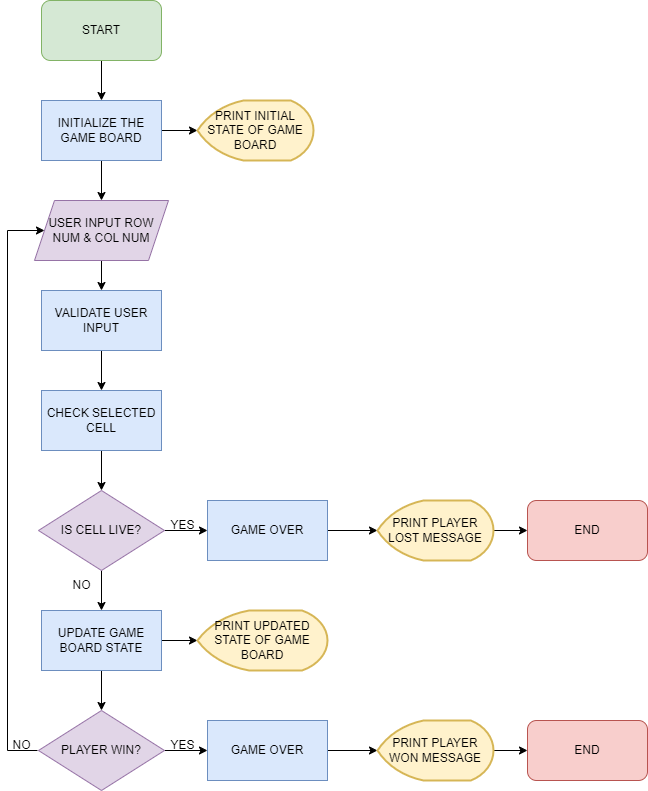
Before: Images/Milestone Flow Chart.png, a diagram exported from draw.io (JLAGCU/CST-250-Milestone). Source tidied: cells renumbered, new cells last; positions are measured from the earlier drawing's top-left corner, leaving out a move shared by most shapes. Source of this version:
```xml
<mxGraphModel>
  <root>
    <mxCell id="0" />
    <mxCell id="1" parent="0" />
    <mxCell id="2" style="edgeStyle=orthogonalEdgeStyle;rounded=0;jettySize=auto;html=1;entryX=0.5;entryY=0;entryDx=0;entryDy=0;" parent="1" edge="1" source="3" target="6">
      <mxGeometry relative="1" as="geometry" />
    </mxCell>
    <mxCell id="3" value="START" style="rounded=1;whiteSpace=wrap;html=1;fillColor=#d5e8d4;strokeColor=#82b366;" parent="1" vertex="1">
      <mxGeometry x="40" width="120" height="60" as="geometry" />
    </mxCell>
    <mxCell id="4" style="edgeStyle=orthogonalEdgeStyle;rounded=0;jettySize=auto;html=1;entryX=0;entryY=0.5;entryDx=0;entryDy=0;entryPerimeter=0;" parent="1" edge="1" source="6" target="7">
      <mxGeometry relative="1" as="geometry" />
    </mxCell>
    <mxCell id="5" style="edgeStyle=orthogonalEdgeStyle;rounded=0;jettySize=auto;html=1;entryX=0.5;entryY=0;entryDx=0;entryDy=0;" parent="1" edge="1" source="6" target="9">
      <mxGeometry relative="1" as="geometry" />
    </mxCell>
    <mxCell id="6" value="INITIALIZE THE GAME BOARD" style="rounded=0;whiteSpace=wrap;html=1;fillColor=#dae8fc;strokeColor=#6c8ebf;" parent="1" vertex="1">
      <mxGeometry x="40" y="100" width="120" height="60" as="geometry" />
    </mxCell>
    <mxCell id="7" value="PRINT INITIAL STATE OF GAME BOARD" style="strokeWidth=2;html=1;shape=mxgraph.flowchart.display;whiteSpace=wrap;fillColor=#fff2cc;strokeColor=#d6b656;" parent="1" vertex="1">
      <mxGeometry x="196" y="100" width="116" height="60" as="geometry" />
    </mxCell>
    <mxCell id="8" style="edgeStyle=orthogonalEdgeStyle;rounded=0;jettySize=auto;html=1;entryX=0.5;entryY=0;entryDx=0;entryDy=0;" parent="1" edge="1" source="9" target="11">
      <mxGeometry relative="1" as="geometry" />
    </mxCell>
    <mxCell id="9" value="USER INPUT ROW NUM &amp;amp; COL NUM" style="shape=parallelogram;perimeter=parallelogramPerimeter;whiteSpace=wrap;html=1;fixedSize=1;fillColor=#e1d5e7;strokeColor=#9673a6;" parent="1" vertex="1">
      <mxGeometry x="33" y="200" width="134" height="60" as="geometry" />
    </mxCell>
    <mxCell id="10" style="edgeStyle=orthogonalEdgeStyle;rounded=0;jettySize=auto;html=1;entryX=0.5;entryY=0;entryDx=0;entryDy=0;" parent="1" edge="1" source="11" target="13">
      <mxGeometry relative="1" as="geometry" />
    </mxCell>
    <mxCell id="11" value="VALIDATE USER INPUT" style="rounded=0;whiteSpace=wrap;html=1;fillColor=#dae8fc;strokeColor=#6c8ebf;" parent="1" vertex="1">
      <mxGeometry x="40" y="290" width="120" height="60" as="geometry" />
    </mxCell>
    <mxCell id="12" style="edgeStyle=orthogonalEdgeStyle;rounded=0;jettySize=auto;html=1;entryX=0.5;entryY=0;entryDx=0;entryDy=0;" parent="1" edge="1" source="13" target="16">
      <mxGeometry relative="1" as="geometry" />
    </mxCell>
    <mxCell id="13" value="CHECK SELECTED CELL" style="rounded=0;whiteSpace=wrap;html=1;fillColor=#dae8fc;strokeColor=#6c8ebf;" parent="1" vertex="1">
      <mxGeometry x="40" y="390" width="120" height="60" as="geometry" />
    </mxCell>
    <mxCell id="14" style="edgeStyle=orthogonalEdgeStyle;rounded=0;jettySize=auto;html=1;entryX=0;entryY=0.5;entryDx=0;entryDy=0;" parent="1" edge="1" source="16" target="18">
      <mxGeometry relative="1" as="geometry" />
    </mxCell>
    <mxCell id="15" style="edgeStyle=orthogonalEdgeStyle;rounded=0;jettySize=auto;html=1;entryX=0.5;entryY=0;entryDx=0;entryDy=0;" parent="1" edge="1" source="16" target="24">
      <mxGeometry relative="1" as="geometry" />
    </mxCell>
    <mxCell id="16" value="IS CELL LIVE?" style="rhombus;whiteSpace=wrap;html=1;fillColor=#e1d5e7;strokeColor=#9673a6;" parent="1" vertex="1">
      <mxGeometry x="37" y="490" width="126" height="80" as="geometry" />
    </mxCell>
    <mxCell id="17" style="edgeStyle=orthogonalEdgeStyle;rounded=0;jettySize=auto;html=1;entryX=0;entryY=0.5;entryDx=0;entryDy=0;entryPerimeter=0;" parent="1" edge="1" source="18" target="20">
      <mxGeometry relative="1" as="geometry" />
    </mxCell>
    <mxCell id="18" value="GAME OVER" style="rounded=0;whiteSpace=wrap;html=1;fillColor=#dae8fc;strokeColor=#6c8ebf;" parent="1" vertex="1">
      <mxGeometry x="206" y="500" width="120" height="60" as="geometry" />
    </mxCell>
    <mxCell id="19" style="edgeStyle=orthogonalEdgeStyle;rounded=0;jettySize=auto;html=1;entryX=0;entryY=0.5;entryDx=0;entryDy=0;" parent="1" edge="1" source="20" target="38">
      <mxGeometry relative="1" as="geometry" />
    </mxCell>
    <mxCell id="20" value="PRINT PLAYER LOST MESSAGE" style="strokeWidth=2;html=1;shape=mxgraph.flowchart.display;whiteSpace=wrap;fillColor=#fff2cc;strokeColor=#d6b656;" parent="1" vertex="1">
      <mxGeometry x="376" y="500" width="116" height="60" as="geometry" />
    </mxCell>
    <mxCell id="21" value="YES" style="text;html=1;align=center;verticalAlign=middle;strokeColor=none;fillColor=none;" parent="1" vertex="1">
      <mxGeometry x="156" y="510" width="50" height="30" as="geometry" />
    </mxCell>
    <mxCell id="22" style="edgeStyle=orthogonalEdgeStyle;rounded=0;jettySize=auto;html=1;entryX=0;entryY=0.5;entryDx=0;entryDy=0;entryPerimeter=0;" parent="1" edge="1" source="24" target="26">
      <mxGeometry relative="1" as="geometry" />
    </mxCell>
    <mxCell id="23" style="edgeStyle=orthogonalEdgeStyle;rounded=0;jettySize=auto;html=1;entryX=0.5;entryY=0;entryDx=0;entryDy=0;" parent="1" edge="1" source="24" target="28">
      <mxGeometry relative="1" as="geometry" />
    </mxCell>
    <mxCell id="24" value="UPDATE GAME BOARD STATE" style="rounded=0;whiteSpace=wrap;html=1;fillColor=#dae8fc;strokeColor=#6c8ebf;" parent="1" vertex="1">
      <mxGeometry x="40" y="610" width="120" height="60" as="geometry" />
    </mxCell>
    <mxCell id="25" value="NO" style="text;html=1;align=center;verticalAlign=middle;strokeColor=none;fillColor=none;" parent="1" vertex="1">
      <mxGeometry x="60" y="570" width="40" height="30" as="geometry" />
    </mxCell>
    <mxCell id="26" value="PRINT UPDATED STATE OF GAME BOARD" style="strokeWidth=2;html=1;shape=mxgraph.flowchart.display;whiteSpace=wrap;fillColor=#fff2cc;strokeColor=#d6b656;" parent="1" vertex="1">
      <mxGeometry x="196" y="610" width="130" height="60" as="geometry" />
    </mxCell>
    <mxCell id="27" style="edgeStyle=orthogonalEdgeStyle;rounded=0;jettySize=auto;html=1;entryX=0;entryY=0.5;entryDx=0;entryDy=0;" parent="1" edge="1" source="28" target="30">
      <mxGeometry relative="1" as="geometry" />
    </mxCell>
    <mxCell id="28" value="PLAYER WIN?" style="rhombus;whiteSpace=wrap;html=1;fillColor=#e1d5e7;strokeColor=#9673a6;" parent="1" vertex="1">
      <mxGeometry x="37" y="710" width="126" height="80" as="geometry" />
    </mxCell>
    <mxCell id="29" style="edgeStyle=orthogonalEdgeStyle;rounded=0;jettySize=auto;html=1;entryX=0;entryY=0.5;entryDx=0;entryDy=0;entryPerimeter=0;" parent="1" edge="1" source="30" target="32">
      <mxGeometry relative="1" as="geometry" />
    </mxCell>
    <mxCell id="30" value="GAME OVER" style="rounded=0;whiteSpace=wrap;html=1;fillColor=#dae8fc;strokeColor=#6c8ebf;" parent="1" vertex="1">
      <mxGeometry x="206" y="720" width="120" height="60" as="geometry" />
    </mxCell>
    <mxCell id="31" style="edgeStyle=orthogonalEdgeStyle;rounded=0;jettySize=auto;html=1;entryX=0;entryY=0.5;entryDx=0;entryDy=0;" parent="1" edge="1" source="32" target="39">
      <mxGeometry relative="1" as="geometry" />
    </mxCell>
    <mxCell id="32" value="PRINT PLAYER WON MESSAGE" style="strokeWidth=2;html=1;shape=mxgraph.flowchart.display;whiteSpace=wrap;fillColor=#fff2cc;strokeColor=#d6b656;" parent="1" vertex="1">
      <mxGeometry x="376" y="720" width="116" height="60" as="geometry" />
    </mxCell>
    <mxCell id="33" value="YES" style="text;html=1;align=center;verticalAlign=middle;strokeColor=none;fillColor=none;" parent="1" vertex="1">
      <mxGeometry x="156" y="730" width="50" height="30" as="geometry" />
    </mxCell>
    <mxCell id="34" style="endArrow=none;html=1;rounded=0;" parent="1" edge="1">
      <mxGeometry relative="1" as="geometry">
        <mxPoint x="6" y="750" as="sourcePoint" />
        <mxPoint x="6" y="230" as="targetPoint" />
      </mxGeometry>
    </mxCell>
    <mxCell id="35" style="endArrow=classic;html=1;rounded=0;entryX=0;entryY=0.5;entryDx=0;entryDy=0;" parent="1" edge="1" target="9">
      <mxGeometry relative="1" as="geometry">
        <mxPoint x="6" y="230" as="sourcePoint" />
      </mxGeometry>
    </mxCell>
    <mxCell id="36" value="NO" style="text;html=1;align=center;verticalAlign=middle;strokeColor=none;fillColor=none;" parent="1" vertex="1">
      <mxGeometry y="730" width="40" height="30" as="geometry" />
    </mxCell>
    <mxCell id="37" style="endArrow=none;html=1;rounded=0;" parent="1" edge="1">
      <mxGeometry relative="1" as="geometry">
        <mxPoint x="6" y="750" as="sourcePoint" />
        <mxPoint x="36" y="750" as="targetPoint" />
      </mxGeometry>
    </mxCell>
    <mxCell id="38" value="END" style="rounded=1;whiteSpace=wrap;html=1;fillColor=#f8cecc;strokeColor=#b85450;" parent="1" vertex="1">
      <mxGeometry x="526" y="500" width="120" height="60" as="geometry" />
    </mxCell>
    <mxCell id="39" value="END" style="rounded=1;whiteSpace=wrap;html=1;fillColor=#f8cecc;strokeColor=#b85450;" parent="1" vertex="1">
      <mxGeometry x="526" y="720" width="120" height="60" as="geometry" />
    </mxCell>
  </root>
</mxGraphModel>
```
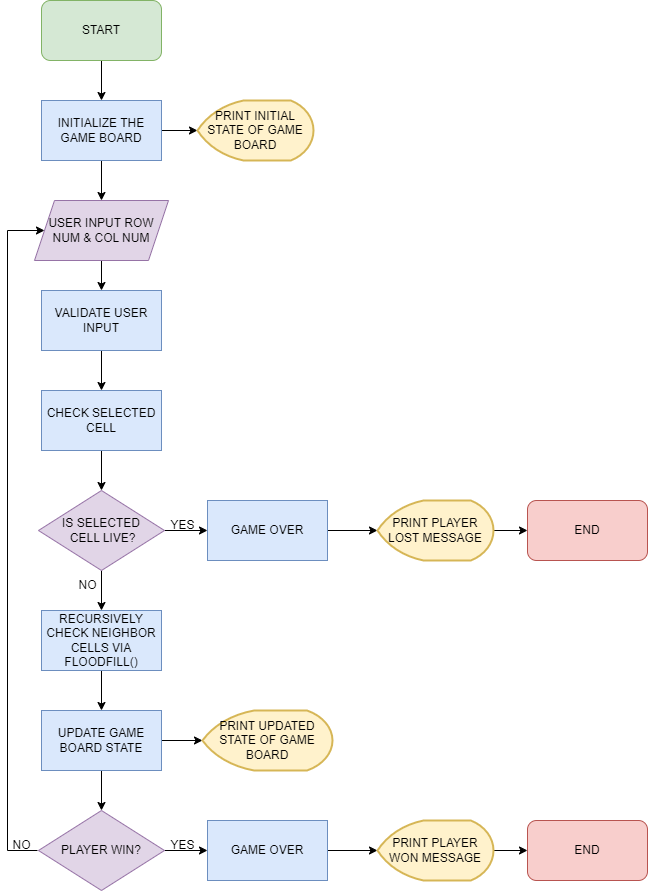
Later version of the same file.

The edit, as a diff of the source:
```diff
@@ -41,10 +41,10 @@
     <mxCell id="14" style="edgeStyle=orthogonalEdgeStyle;rounded=0;jettySize=auto;html=1;entryX=0;entryY=0.5;entryDx=0;entryDy=0;" parent="1" edge="1" source="16" target="18">
       <mxGeometry relative="1" as="geometry" />
     </mxCell>
-    <mxCell id="15" style="edgeStyle=orthogonalEdgeStyle;rounded=0;jettySize=auto;html=1;entryX=0.5;entryY=0;entryDx=0;entryDy=0;" parent="1" edge="1" source="16" target="24">
-      <mxGeometry relative="1" as="geometry" />
-    </mxCell>
+    <mxCell id="40" style="edgeStyle=orthogonalEdgeStyle;rounded=0;jettySize=auto;html=1;entryX=0.5;entryY=0;entryDx=0;entryDy=0;" parent="1" edge="1" source="16" target="42">
+      <mxGeometry relative="1" as="geometry" />
+    </mxCell>
-    <mxCell id="16" value="IS CELL LIVE?" style="rhombus;whiteSpace=wrap;html=1;fillColor=#e1d5e7;strokeColor=#9673a6;" parent="1" vertex="1">
+    <mxCell id="16" value="IS SELECTED&lt;br&gt;&amp;nbsp;CELL LIVE?" style="rhombus;whiteSpace=wrap;html=1;fillColor=#e1d5e7;strokeColor=#9673a6;" parent="1" vertex="1">
       <mxGeometry x="37" y="490" width="126" height="80" as="geometry" />
     </mxCell>
     <mxCell id="17" style="edgeStyle=orthogonalEdgeStyle;rounded=0;jettySize=auto;html=1;entryX=0;entryY=0.5;entryDx=0;entryDy=0;entryPerimeter=0;" parent="1" edge="1" source="18" target="20">
@@ -69,38 +69,38 @@
       <mxGeometry relative="1" as="geometry" />
     </mxCell>
     <mxCell id="24" value="UPDATE GAME BOARD STATE" style="rounded=0;whiteSpace=wrap;html=1;fillColor=#dae8fc;strokeColor=#6c8ebf;" parent="1" vertex="1">
-      <mxGeometry x="40" y="610" width="120" height="60" as="geometry" />
+      <mxGeometry x="40" y="710" width="120" height="60" as="geometry" />
     </mxCell>
     <mxCell id="25" value="NO" style="text;html=1;align=center;verticalAlign=middle;strokeColor=none;fillColor=none;" parent="1" vertex="1">
-      <mxGeometry x="60" y="570" width="40" height="30" as="geometry" />
+      <mxGeometry y="830" width="40" height="30" as="geometry" />
     </mxCell>
     <mxCell id="26" value="PRINT UPDATED STATE OF GAME BOARD" style="strokeWidth=2;html=1;shape=mxgraph.flowchart.display;whiteSpace=wrap;fillColor=#fff2cc;strokeColor=#d6b656;" parent="1" vertex="1">
-      <mxGeometry x="196" y="610" width="130" height="60" as="geometry" />
+      <mxGeometry x="201" y="710" width="130" height="60" as="geometry" />
     </mxCell>
     <mxCell id="27" style="edgeStyle=orthogonalEdgeStyle;rounded=0;jettySize=auto;html=1;entryX=0;entryY=0.5;entryDx=0;entryDy=0;" parent="1" edge="1" source="28" target="30">
       <mxGeometry relative="1" as="geometry" />
     </mxCell>
     <mxCell id="28" value="PLAYER WIN?" style="rhombus;whiteSpace=wrap;html=1;fillColor=#e1d5e7;strokeColor=#9673a6;" parent="1" vertex="1">
-      <mxGeometry x="37" y="710" width="126" height="80" as="geometry" />
+      <mxGeometry x="37" y="810" width="126" height="80" as="geometry" />
     </mxCell>
     <mxCell id="29" style="edgeStyle=orthogonalEdgeStyle;rounded=0;jettySize=auto;html=1;entryX=0;entryY=0.5;entryDx=0;entryDy=0;entryPerimeter=0;" parent="1" edge="1" source="30" target="32">
       <mxGeometry relative="1" as="geometry" />
     </mxCell>
     <mxCell id="30" value="GAME OVER" style="rounded=0;whiteSpace=wrap;html=1;fillColor=#dae8fc;strokeColor=#6c8ebf;" parent="1" vertex="1">
-      <mxGeometry x="206" y="720" width="120" height="60" as="geometry" />
+      <mxGeometry x="206" y="820" width="120" height="60" as="geometry" />
     </mxCell>
     <mxCell id="31" style="edgeStyle=orthogonalEdgeStyle;rounded=0;jettySize=auto;html=1;entryX=0;entryY=0.5;entryDx=0;entryDy=0;" parent="1" edge="1" source="32" target="39">
       <mxGeometry relative="1" as="geometry" />
     </mxCell>
     <mxCell id="32" value="PRINT PLAYER WON MESSAGE" style="strokeWidth=2;html=1;shape=mxgraph.flowchart.display;whiteSpace=wrap;fillColor=#fff2cc;strokeColor=#d6b656;" parent="1" vertex="1">
-      <mxGeometry x="376" y="720" width="116" height="60" as="geometry" />
+      <mxGeometry x="376" y="820" width="116" height="60" as="geometry" />
     </mxCell>
     <mxCell id="33" value="YES" style="text;html=1;align=center;verticalAlign=middle;strokeColor=none;fillColor=none;" parent="1" vertex="1">
-      <mxGeometry x="156" y="730" width="50" height="30" as="geometry" />
+      <mxGeometry x="156" y="830" width="50" height="30" as="geometry" />
     </mxCell>
     <mxCell id="34" style="endArrow=none;html=1;rounded=0;" parent="1" edge="1">
       <mxGeometry relative="1" as="geometry">
-        <mxPoint x="6" y="750" as="sourcePoint" />
+        <mxPoint x="6" y="850" as="sourcePoint" />
         <mxPoint x="6" y="230" as="targetPoint" />
       </mxGeometry>
     </mxCell>
@@ -110,19 +110,25 @@
       </mxGeometry>
     </mxCell>
     <mxCell id="36" value="NO" style="text;html=1;align=center;verticalAlign=middle;strokeColor=none;fillColor=none;" parent="1" vertex="1">
-      <mxGeometry y="730" width="40" height="30" as="geometry" />
+      <mxGeometry x="66" y="570" width="40" height="30" as="geometry" />
     </mxCell>
     <mxCell id="37" style="endArrow=none;html=1;rounded=0;" parent="1" edge="1">
       <mxGeometry relative="1" as="geometry">
-        <mxPoint x="6" y="750" as="sourcePoint" />
-        <mxPoint x="36" y="750" as="targetPoint" />
+        <mxPoint x="6" y="850" as="sourcePoint" />
+        <mxPoint x="36" y="850" as="targetPoint" />
       </mxGeometry>
     </mxCell>
     <mxCell id="38" value="END" style="rounded=1;whiteSpace=wrap;html=1;fillColor=#f8cecc;strokeColor=#b85450;" parent="1" vertex="1">
       <mxGeometry x="526" y="500" width="120" height="60" as="geometry" />
     </mxCell>
     <mxCell id="39" value="END" style="rounded=1;whiteSpace=wrap;html=1;fillColor=#f8cecc;strokeColor=#b85450;" parent="1" vertex="1">
-      <mxGeometry x="526" y="720" width="120" height="60" as="geometry" />
+      <mxGeometry x="526" y="820" width="120" height="60" as="geometry" />
     </mxCell>
+    <mxCell id="41" style="edgeStyle=orthogonalEdgeStyle;rounded=0;jettySize=auto;html=1;entryX=0.5;entryY=0;entryDx=0;entryDy=0;" parent="1" edge="1" source="42" target="24">
+      <mxGeometry relative="1" as="geometry" />
+    </mxCell>
+    <mxCell id="42" value="RECURSIVELY CHECK NEIGHBOR CELLS VIA FLOODFILL()" style="rounded=0;whiteSpace=wrap;html=1;fillColor=#dae8fc;strokeColor=#6c8ebf;" parent="1" vertex="1">
+      <mxGeometry x="40" y="610" width="120" height="60" as="geometry" />
+    </mxCell>
   </root>
 </mxGraphModel>
```
